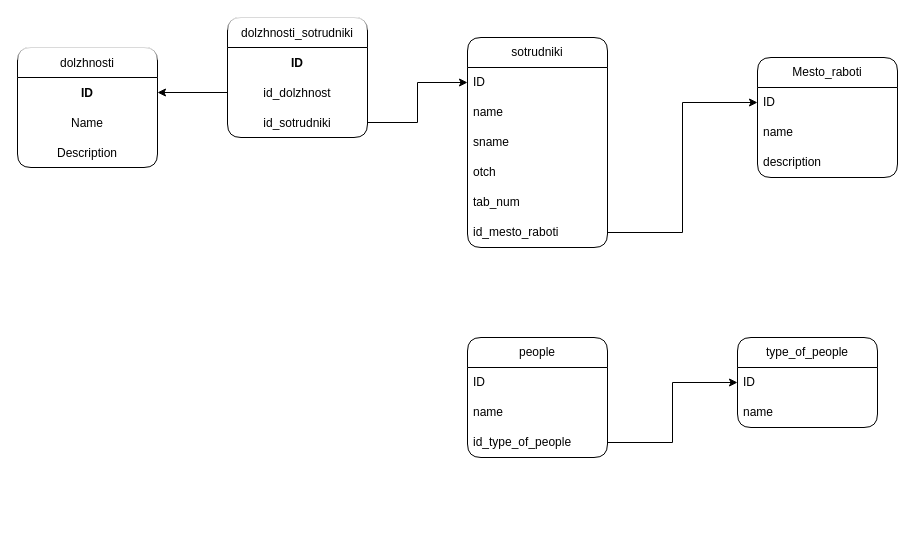
OGdanik/db_diagrams keeps this draw.io diagram as АРМы.drawio. Above is the earlier version. Source tidied: cells renumbered, new cells numbered last; positions are measured from the earlier drawing's top-left corner, leaving out a move shared by most shapes. Both pictures are drawn from the tidied source at 100%, with x=0, y=0 at pixel (17, 17).
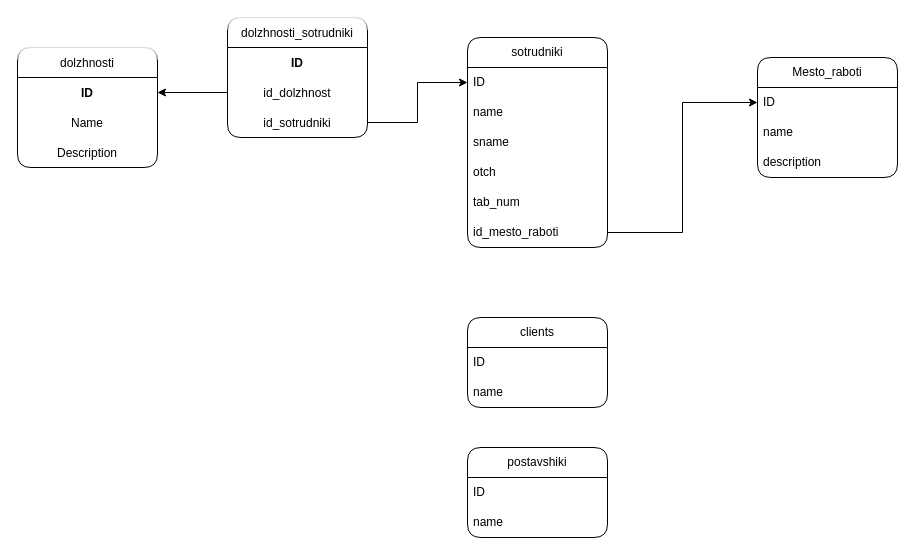
The same page after the edit.

Change to the diagram source:
```diff
@@
-    <mxCell id="24" value="people" style="swimlane;fontStyle=0;horizontal=1;startSize=30;whiteSpace=wrap;html=1;fillStyle=auto;shadow=0;glass=0;rounded=1;" parent="1" vertex="1">
-      <mxGeometry x="450" y="320" width="140" height="120" as="geometry" />
+    <mxCell id="24" value="clients" style="swimlane;fontStyle=0;horizontal=1;startSize=30;whiteSpace=wrap;html=1;fillStyle=auto;shadow=0;glass=0;rounded=1;" parent="1" vertex="1">
+      <mxGeometry x="450" y="300" width="140" height="90" as="geometry" />
     </mxCell>
@@
-    <mxCell id="27" value="id_type_of_people" style="text;strokeColor=none;fillColor=none;align=left;verticalAlign=middle;spacingLeft=4;spacingRight=4;overflow=hidden;points=[[0,0.5],[1,0.5]];portConstraint=eastwest;whiteSpace=wrap;html=1;" parent="24" vertex="1">
-      <mxGeometry y="90" width="140" height="30" as="geometry" />
-    </mxCell>
-    <mxCell id="28" value="type_of_people" style="swimlane;fontStyle=0;horizontal=1;startSize=30;whiteSpace=wrap;html=1;fillStyle=auto;shadow=0;glass=0;rounded=1;" parent="1" vertex="1">
-      <mxGeometry x="720" y="320" width="140" height="90" as="geometry" />
-    </mxCell>
+    <mxCell id="32" value="postavshiki" style="swimlane;fontStyle=0;horizontal=1;startSize=30;whiteSpace=wrap;html=1;fillStyle=auto;shadow=0;glass=0;rounded=1;" parent="1" vertex="1">
+      <mxGeometry x="450" y="430" width="140" height="90" as="geometry" />
+    </mxCell>
-    <mxCell id="29" value="ID" style="text;strokeColor=none;fillColor=none;align=left;verticalAlign=middle;spacingLeft=4;spacingRight=4;overflow=hidden;points=[[0,0.5],[1,0.5]];portConstraint=eastwest;whiteSpace=wrap;html=1;" parent="28" vertex="1">
+    <mxCell id="29" value="ID" style="text;strokeColor=none;fillColor=none;align=left;verticalAlign=middle;spacingLeft=4;spacingRight=4;overflow=hidden;points=[[0,0.5],[1,0.5]];portConstraint=eastwest;whiteSpace=wrap;html=1;" parent="32" vertex="1">
       <mxGeometry y="30" width="140" height="30" as="geometry" />
     </mxCell>
-    <mxCell id="30" value="name" style="text;strokeColor=none;fillColor=none;align=left;verticalAlign=middle;spacingLeft=4;spacingRight=4;overflow=hidden;whiteSpace=wrap;html=1;" parent="28" vertex="1">
+    <mxCell id="30" value="name" style="text;strokeColor=none;fillColor=none;align=left;verticalAlign=middle;spacingLeft=4;spacingRight=4;overflow=hidden;whiteSpace=wrap;html=1;" parent="32" vertex="1">
       <mxGeometry y="60" width="140" height="30" as="geometry" />
     </mxCell>
-    <mxCell id="31" style="edgeStyle=orthogonalEdgeStyle;rounded=0;jettySize=auto;html=1;entryX=0;entryY=0.5;entryDx=0;entryDy=0;" parent="1" edge="1" source="27" target="29">
-      <mxGeometry relative="1" as="geometry" />
-    </mxCell>
```
